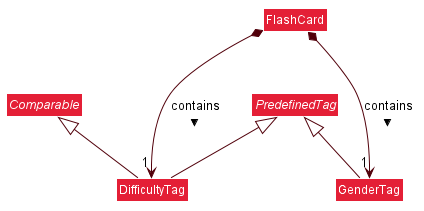
Above: docs/images/PredefinedTagClassDiagram.png in zhizhizhizhizhi/tp (PlantUML), before the change.
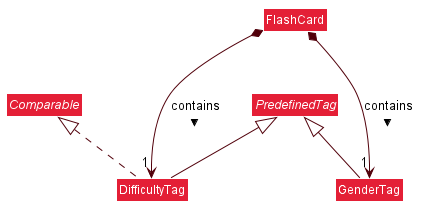
After the commit.

Commit message:
Update dg for predefined tags

Change to the diagram source:
```diff
@@ -77,7 +77,7 @@
 PredefinedTag <|-- GenderTag
 FlashCard *--> "1" DifficultyTag : > contains
 FlashCard *--> "1" GenderTag : > contains
-Comparable <|-- DifficultyTag
+Comparable <|.. DifficultyTag
 FlashCard -[hidden]-> PredefinedTag
 
 
```
